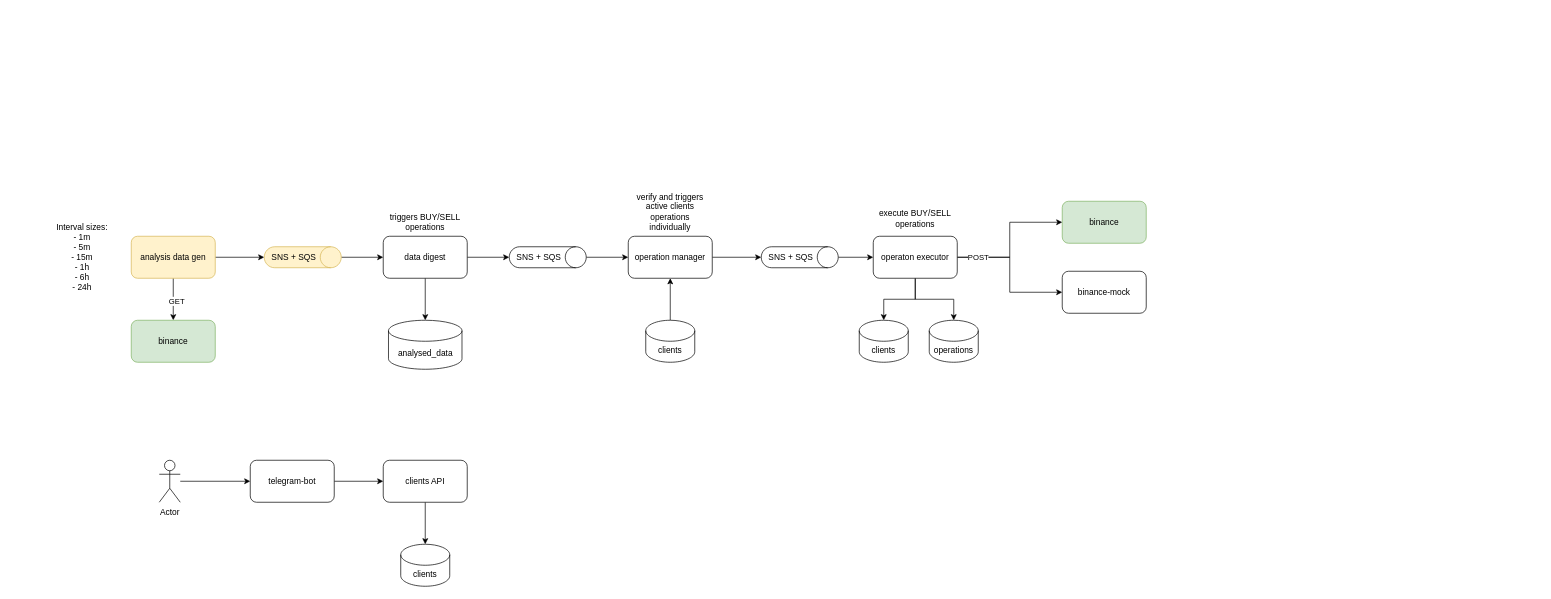
This is crypto-robot-analysis-generator.drawio from brienze1/crypto-robot-data-analysis-gen, a draw.io file, before an edit. Source tidied: cells renumbered, new cells numbered last; positions are measured from the earlier drawing's top-left corner, leaving out a move shared by most shapes. Both pictures are drawn from the tidied source at 70%, with x=0, y=0 at pixel (12, 201).
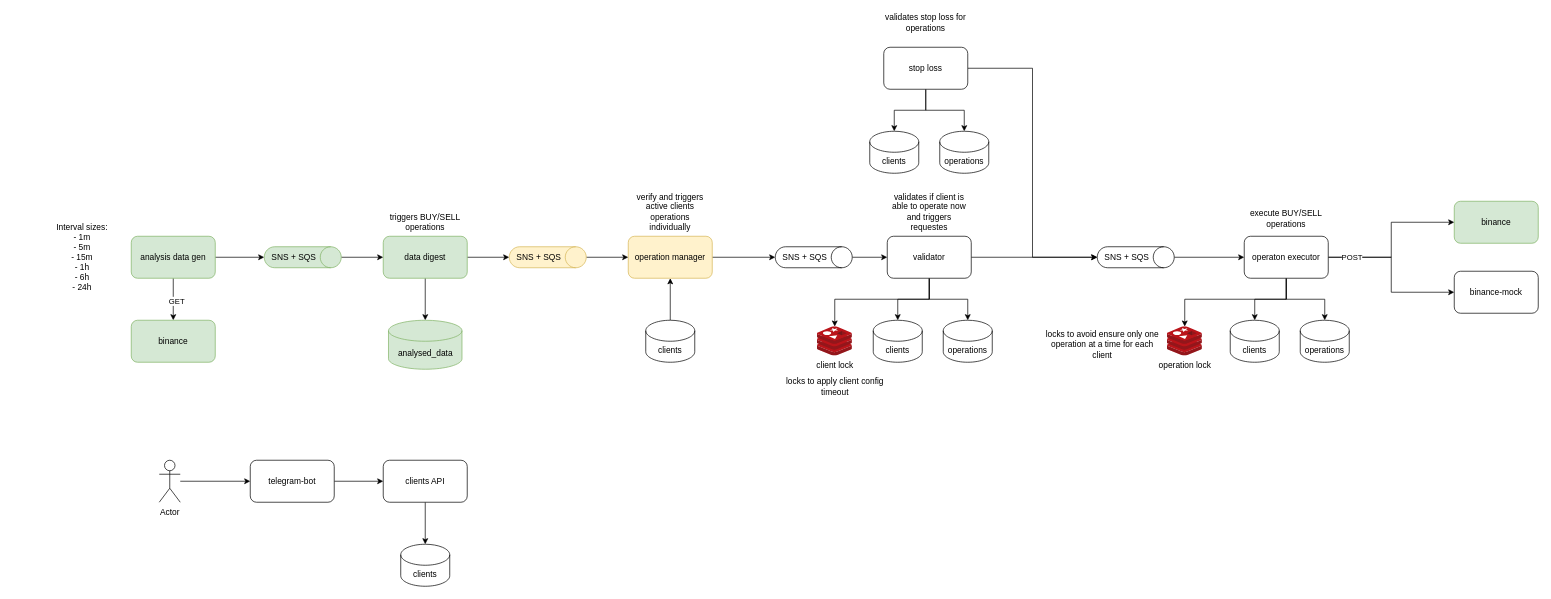
After the change.

Commit message (it also covers changes not shown here):
[DEV] - changed analysis to run over btc x brl not usd

Diff of the diagram source:
```diff
@@
-    <mxCell id="5" value="analysis data gen" style="rounded=1;whiteSpace=wrap;html=1;fillColor=#fff2cc;strokeColor=#d6b656;" parent="1" vertex="1">
+    <mxCell id="5" value="analysis data gen" style="rounded=1;whiteSpace=wrap;html=1;fillColor=#d5e8d4;strokeColor=#82b366;" parent="1" vertex="1">
       <mxGeometry x="170" y="50" width="120" height="60" as="geometry" />
     </mxCell>
     <mxCell id="6" value="binance" style="rounded=1;whiteSpace=wrap;html=1;fillColor=#d5e8d4;strokeColor=#82b366;" parent="1" vertex="1">
-      <mxGeometry x="1500" width="120" height="60" as="geometry" />
+      <mxGeometry x="2060" width="120" height="60" as="geometry" />
     </mxCell>
     <mxCell id="7" value="binance-mock" style="rounded=1;whiteSpace=wrap;html=1;" parent="1" vertex="1">
-      <mxGeometry x="1500" y="100" width="120" height="60" as="geometry" />
+      <mxGeometry x="2060" y="100" width="120" height="60" as="geometry" />
     </mxCell>
@@
-    <mxCell id="10" value="data digest" style="rounded=1;whiteSpace=wrap;html=1;" parent="1" vertex="1">
+    <mxCell id="10" value="data digest" style="rounded=1;whiteSpace=wrap;html=1;fillColor=#d5e8d4;strokeColor=#82b366;" parent="1" vertex="1">
       <mxGeometry x="530" y="50" width="120" height="60" as="geometry" />
     </mxCell>
@@
-    <mxCell id="12" style="edgeStyle=orthogonalEdgeStyle;rounded=0;jettySize=auto;html=1;entryX=0.5;entryY=1;entryDx=0;entryDy=0;entryPerimeter=0;" parent="1" edge="1" source="13" target="25">
-      <mxGeometry relative="1" as="geometry" />
-    </mxCell>
+    <mxCell id="42" style="edgeStyle=orthogonalEdgeStyle;rounded=0;jettySize=auto;html=1;entryX=0.5;entryY=1;entryDx=0;entryDy=0;entryPerimeter=0;" parent="1" edge="1" source="13" target="51">
+      <mxGeometry relative="1" as="geometry" />
+    </mxCell>
-    <mxCell id="13" value="operation manager" style="rounded=1;whiteSpace=wrap;html=1;" parent="1" vertex="1">
+    <mxCell id="13" value="operation manager" style="rounded=1;whiteSpace=wrap;html=1;fillColor=#fff2cc;strokeColor=#d6b656;" parent="1" vertex="1">
       <mxGeometry x="880" y="50" width="120" height="60" as="geometry" />
     </mxCell>
@@
+    <mxCell id="43" style="edgeStyle=orthogonalEdgeStyle;rounded=0;jettySize=auto;html=1;" parent="1" edge="1" source="22" target="55">
+      <mxGeometry relative="1" as="geometry">
+        <Array as="points">
+          <mxPoint x="1820" y="140" />
+          <mxPoint x="1675" y="140" />
+        </Array>
+      </mxGeometry>
+    </mxCell>
     <mxCell id="22" value="operaton executor" style="rounded=1;whiteSpace=wrap;html=1;" parent="1" vertex="1">
-      <mxGeometry x="1230" y="50" width="120" height="60" as="geometry" />
+      <mxGeometry x="1760" y="50" width="120" height="60" as="geometry" />
     </mxCell>
     <mxCell id="23" value="execute BUY/SELL operations" style="text;html=1;strokeColor=none;fillColor=none;align=center;verticalAlign=middle;whiteSpace=wrap;rounded=0;" parent="1" vertex="1">
-      <mxGeometry x="1230" y="10" width="120" height="30" as="geometry" />
+      <mxGeometry x="1760" y="10" width="120" height="30" as="geometry" />
     </mxCell>
@@
     <mxCell id="25" value="SNS + SQS" style="shape=cylinder3;whiteSpace=wrap;html=1;boundedLbl=1;backgroundOutline=1;size=15;direction=south;" parent="1" vertex="1">
-      <mxGeometry x="1070" y="65" width="110" height="30" as="geometry" />
+      <mxGeometry x="1550" y="65" width="110" height="30" as="geometry" />
     </mxCell>
@@
-    <mxCell id="27" value="SNS + SQS" style="shape=cylinder3;whiteSpace=wrap;html=1;boundedLbl=1;backgroundOutline=1;size=15;direction=south;" parent="1" vertex="1">
+    <mxCell id="27" value="SNS + SQS" style="shape=cylinder3;whiteSpace=wrap;html=1;boundedLbl=1;backgroundOutline=1;size=15;direction=south;fillColor=#fff2cc;strokeColor=#d6b656;" parent="1" vertex="1">
       <mxGeometry x="710" y="65" width="110" height="30" as="geometry" />
     </mxCell>
@@
-    <mxCell id="29" value="SNS + SQS" style="shape=cylinder3;whiteSpace=wrap;html=1;boundedLbl=1;backgroundOutline=1;size=15;direction=south;fillColor=#fff2cc;strokeColor=#d6b656;" parent="1" vertex="1">
+    <mxCell id="29" value="SNS + SQS" style="shape=cylinder3;whiteSpace=wrap;html=1;boundedLbl=1;backgroundOutline=1;size=15;direction=south;fillColor=#d5e8d4;strokeColor=#82b366;" parent="1" vertex="1">
       <mxGeometry x="360" y="65" width="110" height="30" as="geometry" />
     </mxCell>
@@
     <mxCell id="32" value="clients" style="shape=cylinder3;whiteSpace=wrap;html=1;boundedLbl=1;backgroundOutline=1;size=15;" parent="1" vertex="1">
-      <mxGeometry x="1210" y="170" width="70" height="60" as="geometry" />
+      <mxGeometry x="1740" y="170" width="70" height="60" as="geometry" />
     </mxCell>
     <mxCell id="33" value="operations" style="shape=cylinder3;whiteSpace=wrap;html=1;boundedLbl=1;backgroundOutline=1;size=15;" parent="1" vertex="1">
-      <mxGeometry x="1310" y="170" width="70" height="60" as="geometry" />
+      <mxGeometry x="1840" y="170" width="70" height="60" as="geometry" />
     </mxCell>
@@
-    <mxCell id="41" value="analysed_data" style="shape=cylinder3;whiteSpace=wrap;html=1;boundedLbl=1;backgroundOutline=1;size=15;" parent="1" vertex="1">
+    <mxCell id="41" value="analysed_data" style="shape=cylinder3;whiteSpace=wrap;html=1;boundedLbl=1;backgroundOutline=1;size=15;fillColor=#d5e8d4;strokeColor=#82b366;" parent="1" vertex="1">
       <mxGeometry x="537.5" y="170" width="105" height="70" as="geometry" />
     </mxCell>
+    <mxCell id="44" style="edgeStyle=orthogonalEdgeStyle;rounded=0;jettySize=auto;html=1;entryX=0.5;entryY=0;entryDx=0;entryDy=0;entryPerimeter=0;" parent="1" edge="1" source="48" target="52">
+      <mxGeometry relative="1" as="geometry" />
+    </mxCell>
+    <mxCell id="45" style="edgeStyle=orthogonalEdgeStyle;rounded=0;jettySize=auto;html=1;" parent="1" edge="1" source="48" target="53">
+      <mxGeometry relative="1" as="geometry" />
+    </mxCell>
+    <mxCell id="46" style="edgeStyle=orthogonalEdgeStyle;rounded=0;jettySize=auto;html=1;" parent="1" edge="1" source="48" target="25">
+      <mxGeometry relative="1" as="geometry" />
+    </mxCell>
+    <mxCell id="47" style="edgeStyle=orthogonalEdgeStyle;rounded=0;jettySize=auto;html=1;" parent="1" edge="1" source="48" target="54">
+      <mxGeometry relative="1" as="geometry">
+        <Array as="points">
+          <mxPoint x="1310" y="140" />
+          <mxPoint x="1175" y="140" />
+        </Array>
+      </mxGeometry>
+    </mxCell>
+    <mxCell id="48" value="validator" style="rounded=1;whiteSpace=wrap;html=1;" parent="1" vertex="1">
+      <mxGeometry x="1250" y="50" width="120" height="60" as="geometry" />
+    </mxCell>
+    <mxCell id="49" value="validates if client is able to operate now and triggers requestes" style="text;html=1;strokeColor=none;fillColor=none;align=center;verticalAlign=middle;whiteSpace=wrap;rounded=0;" parent="1" vertex="1">
+      <mxGeometry x="1250" width="120" height="30" as="geometry" />
+    </mxCell>
+    <mxCell id="50" style="edgeStyle=orthogonalEdgeStyle;rounded=0;jettySize=auto;html=1;" parent="1" edge="1" source="51" target="48">
+      <mxGeometry relative="1" as="geometry" />
+    </mxCell>
+    <mxCell id="51" value="SNS + SQS" style="shape=cylinder3;whiteSpace=wrap;html=1;boundedLbl=1;backgroundOutline=1;size=15;direction=south;" parent="1" vertex="1">
+      <mxGeometry x="1090" y="65" width="110" height="30" as="geometry" />
+    </mxCell>
+    <mxCell id="52" value="clients" style="shape=cylinder3;whiteSpace=wrap;html=1;boundedLbl=1;backgroundOutline=1;size=15;" parent="1" vertex="1">
+      <mxGeometry x="1230" y="170" width="70" height="60" as="geometry" />
+    </mxCell>
+    <mxCell id="53" value="operations" style="shape=cylinder3;whiteSpace=wrap;html=1;boundedLbl=1;backgroundOutline=1;size=15;" parent="1" vertex="1">
+      <mxGeometry x="1330" y="170" width="70" height="60" as="geometry" />
+    </mxCell>
+    <mxCell id="54" value="client lock" style="sketch=0;html=1;points=[];align=center;image;fontSize=12;image=img/lib/mscae/Cache_Redis_Product.svg;" parent="1" vertex="1">
+      <mxGeometry x="1150" y="179" width="50" height="42" as="geometry" />
+    </mxCell>
+    <mxCell id="55" value="operation lock" style="sketch=0;html=1;points=[];align=center;image;fontSize=12;image=img/lib/mscae/Cache_Redis_Product.svg;" parent="1" vertex="1">
+      <mxGeometry x="1650" y="179" width="50" height="42" as="geometry" />
+    </mxCell>
+    <mxCell id="56" value="locks to avoid ensure only one operation at a time for each client" style="text;html=1;strokeColor=none;fillColor=none;align=center;verticalAlign=middle;whiteSpace=wrap;rounded=0;" parent="1" vertex="1">
+      <mxGeometry x="1470" y="150" width="175" height="110" as="geometry" />
+    </mxCell>
+    <mxCell id="57" value="locks to apply client config timeout" style="text;html=1;strokeColor=none;fillColor=none;align=center;verticalAlign=middle;whiteSpace=wrap;rounded=0;" parent="1" vertex="1">
+      <mxGeometry x="1087.5" y="210" width="175" height="110" as="geometry" />
+    </mxCell>
+    <mxCell id="58" style="edgeStyle=orthogonalEdgeStyle;rounded=0;jettySize=auto;html=1;entryX=0.5;entryY=0;entryDx=0;entryDy=0;entryPerimeter=0;" parent="1" edge="1" source="61" target="63">
+      <mxGeometry relative="1" as="geometry" />
+    </mxCell>
+    <mxCell id="59" style="edgeStyle=orthogonalEdgeStyle;rounded=0;jettySize=auto;html=1;" parent="1" edge="1" source="61" target="64">
+      <mxGeometry relative="1" as="geometry" />
+    </mxCell>
+    <mxCell id="60" style="edgeStyle=orthogonalEdgeStyle;rounded=0;jettySize=auto;html=1;entryX=0.5;entryY=1;entryDx=0;entryDy=0;entryPerimeter=0;" parent="1" edge="1" source="61" target="25">
+      <mxGeometry relative="1" as="geometry" />
+    </mxCell>
+    <mxCell id="61" value="stop loss" style="rounded=1;whiteSpace=wrap;html=1;" parent="1" vertex="1">
+      <mxGeometry x="1245" y="-220" width="120" height="60" as="geometry" />
+    </mxCell>
+    <mxCell id="62" value="validates stop loss for operations" style="text;html=1;strokeColor=none;fillColor=none;align=center;verticalAlign=middle;whiteSpace=wrap;rounded=0;" parent="1" vertex="1">
+      <mxGeometry x="1245" y="-270" width="120" height="30" as="geometry" />
+    </mxCell>
+    <mxCell id="63" value="clients" style="shape=cylinder3;whiteSpace=wrap;html=1;boundedLbl=1;backgroundOutline=1;size=15;" parent="1" vertex="1">
+      <mxGeometry x="1225" y="-100" width="70" height="60" as="geometry" />
+    </mxCell>
+    <mxCell id="64" value="operations" style="shape=cylinder3;whiteSpace=wrap;html=1;boundedLbl=1;backgroundOutline=1;size=15;" parent="1" vertex="1">
+      <mxGeometry x="1325" y="-100" width="70" height="60" as="geometry" />
+    </mxCell>
```
